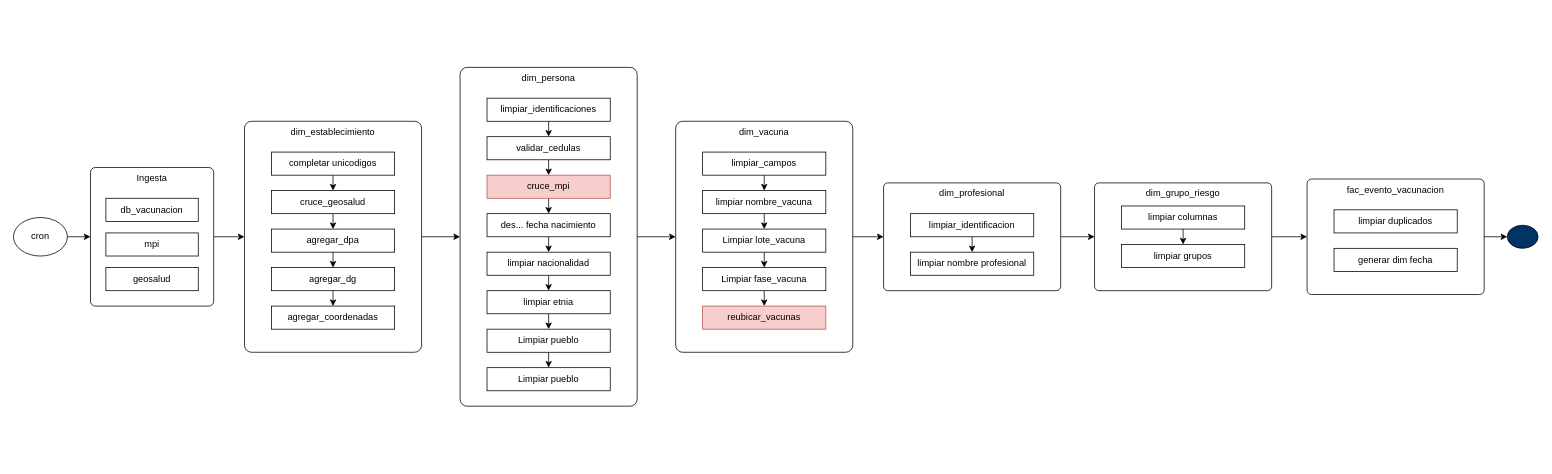
The draw.io diagram drawio/proceso_limpieza.drawio in rolo1410/msp-ops-vacunacion, before the edit. Source tidied: cells renumbered, new cells numbered last; positions are measured from the earlier drawing's top-left corner, leaving out a move shared by most shapes. Both pictures are drawn from the tidied source at 77%, with x=0, y=0 at pixel (13, 67).
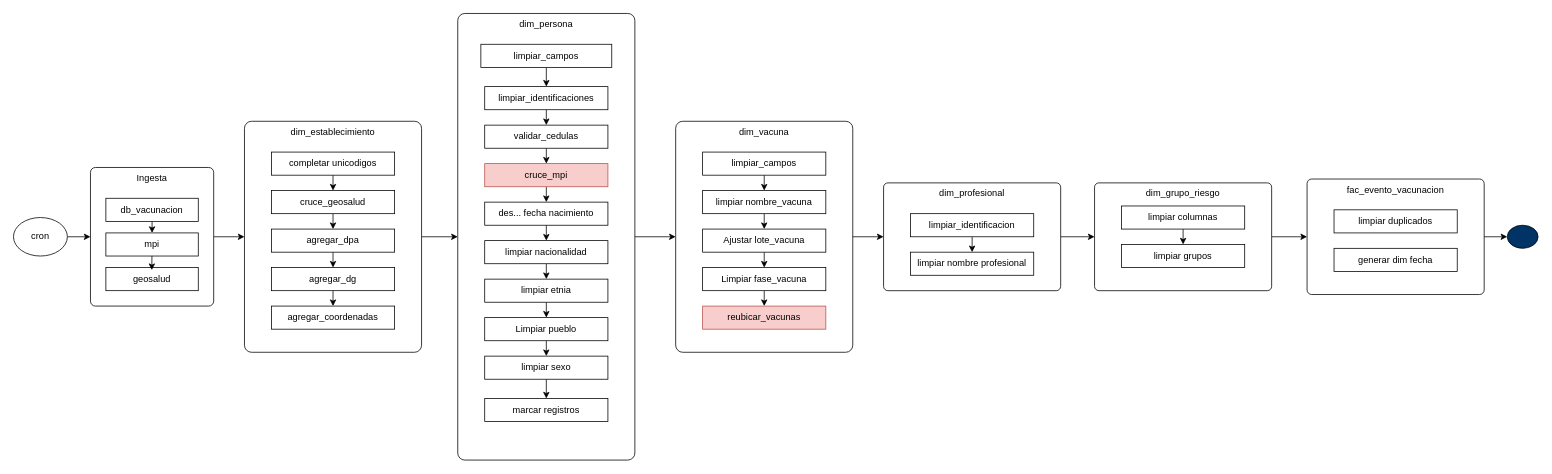
The same diagram, later.

Unchanged cells that the change refers to:
```xml
<mxCell id="28" style="group;" parent="1" vertex="1">
  <mxGeometry x="860" y="70" width="230" height="300" as="geometry" />
</mxCell>
<mxCell id="66" style="group;" parent="1" vertex="1">
  <mxGeometry x="100" y="130" width="160" height="180" as="geometry" />
</mxCell>
<mxCell id="68" value="db_vacunacion" style="rounded=0;whiteSpace=wrap;html=1;" parent="66" vertex="1">
  <mxGeometry x="20" y="40" width="120" height="30" as="geometry" />
</mxCell>
<mxCell id="69" value="mpi" style="rounded=0;whiteSpace=wrap;html=1;" parent="66" vertex="1">
  <mxGeometry x="20" y="85" width="120" height="30" as="geometry" />
</mxCell>
<mxCell id="70" value="geosalud" style="rounded=0;whiteSpace=wrap;html=1;" parent="66" vertex="1">
  <mxGeometry x="20" y="130" width="120" height="30" as="geometry" />
</mxCell>
```

The edit, as a diff of the source:
```diff
@@
     <mxCell id="11" style="group;" parent="1" vertex="1">
-      <mxGeometry x="580" width="230" height="440" as="geometry" />
+      <mxGeometry x="577" y="-30" width="230" height="540" as="geometry" />
     </mxCell>
     <mxCell id="12" value="dim_persona" style="rounded=1;whiteSpace=wrap;html=1;arcSize=4;verticalAlign=top;" parent="11" vertex="1">
-      <mxGeometry width="230" height="440" as="geometry" />
+      <mxGeometry y="-40" width="230" height="580" as="geometry" />
     </mxCell>
@@
     <mxCell id="14" value="limpiar_identificaciones" style="rounded=0;whiteSpace=wrap;html=1;" parent="11" vertex="1">
-      <mxGeometry x="35" y="40" width="160" height="30" as="geometry" />
+      <mxGeometry x="35" y="55" width="160" height="30" as="geometry" />
     </mxCell>
@@
     <mxCell id="16" value="validar_cedulas" style="rounded=0;whiteSpace=wrap;html=1;" parent="11" vertex="1">
-      <mxGeometry x="35" y="90" width="160" height="30" as="geometry" />
+      <mxGeometry x="35" y="105" width="160" height="30" as="geometry" />
     </mxCell>
@@
     <mxCell id="18" value="cruce_mpi" style="rounded=0;whiteSpace=wrap;html=1;fillColor=#f8cecc;strokeColor=#b85450;" parent="11" vertex="1">
-      <mxGeometry x="35" y="140" width="160" height="30" as="geometry" />
+      <mxGeometry x="35" y="155" width="160" height="30" as="geometry" />
     </mxCell>
@@
     <mxCell id="20" value="des... fecha nacimiento" style="rounded=0;whiteSpace=wrap;html=1;" parent="11" vertex="1">
-      <mxGeometry x="35" y="190" width="160" height="30" as="geometry" />
+      <mxGeometry x="35" y="205" width="160" height="30" as="geometry" />
     </mxCell>
@@
     <mxCell id="22" value="limpiar nacionalidad" style="rounded=0;whiteSpace=wrap;html=1;" parent="11" vertex="1">
-      <mxGeometry x="35" y="240" width="160" height="30" as="geometry" />
+      <mxGeometry x="35" y="255" width="160" height="30" as="geometry" />
     </mxCell>
@@
     <mxCell id="24" value="limpiar etnia" style="rounded=0;whiteSpace=wrap;html=1;" parent="11" vertex="1">
-      <mxGeometry x="35" y="290" width="160" height="30" as="geometry" />
+      <mxGeometry x="35" y="305" width="160" height="30" as="geometry" />
     </mxCell>
@@
     <mxCell id="26" value="Limpiar pueblo" style="rounded=0;whiteSpace=wrap;html=1;" parent="11" vertex="1">
-      <mxGeometry x="35" y="340" width="160" height="30" as="geometry" />
+      <mxGeometry x="35" y="355" width="160" height="30" as="geometry" />
     </mxCell>
+    <mxCell id="73" style="edgeStyle=none;html=1;" parent="11" edge="1" source="27" target="76">
+      <mxGeometry relative="1" as="geometry" />
+    </mxCell>
-    <mxCell id="27" value="Limpiar pueblo" style="rounded=0;whiteSpace=wrap;html=1;" parent="11" vertex="1">
-      <mxGeometry x="35" y="390" width="160" height="30" as="geometry" />
+    <mxCell id="27" value="limpiar sexo" style="rounded=0;whiteSpace=wrap;html=1;" parent="11" vertex="1">
+      <mxGeometry x="35" y="405" width="160" height="30" as="geometry" />
     </mxCell>
+    <mxCell id="74" style="edgeStyle=none;html=1;" parent="11" edge="1" source="75" target="14">
+      <mxGeometry relative="1" as="geometry" />
+    </mxCell>
+    <mxCell id="75" value="limpiar_campos" style="rounded=0;whiteSpace=wrap;html=1;" parent="11" vertex="1">
+      <mxGeometry x="30" width="170" height="30" as="geometry" />
+    </mxCell>
+    <mxCell id="76" value="marcar registros" style="rounded=0;whiteSpace=wrap;html=1;" parent="11" vertex="1">
+      <mxGeometry x="35" y="460" width="160" height="30" as="geometry" />
+    </mxCell>
@@
-    <mxCell id="35" value="Limpiar lote_vacuna" style="rounded=0;whiteSpace=wrap;html=1;" parent="28" vertex="1">
+    <mxCell id="35" value="Ajustar lote_vacuna" style="rounded=0;whiteSpace=wrap;html=1;" parent="28" vertex="1">
       <mxGeometry x="35" y="140" width="160" height="30" as="geometry" />
     </mxCell>
@@
+    <mxCell id="77" style="edgeStyle=none;html=1;" parent="66" edge="1" source="68" target="69">
+      <mxGeometry relative="1" as="geometry" />
+    </mxCell>
@@
+    <mxCell id="78" style="edgeStyle=none;html=1;entryX=0.497;entryY=0.108;entryDx=0;entryDy=0;entryPerimeter=0;" parent="66" edge="1" source="69" target="70">
+      <mxGeometry relative="1" as="geometry" />
+    </mxCell>
```
